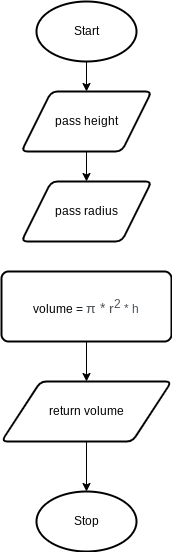
This is design.cylinder.flowchart.png from Yiyun-Qin/ICS3U-Unit5-04-Python, a draw.io export, as it was before one commit. Source tidied: cells renumbered, new cells last; positions are measured from the earlier drawing's top-left corner, leaving out a move shared by most shapes.
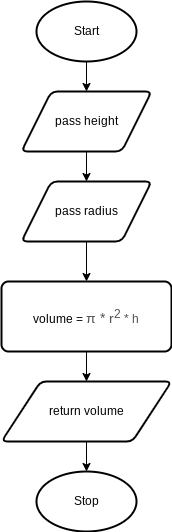
After the commit.

Diff of the diagram source:
```diff
@@ -9,13 +9,13 @@
       <mxGeometry x="35" width="100" height="60" as="geometry" />
     </mxCell>
     <mxCell id="4" value="Stop" style="strokeWidth=2;html=1;shape=mxgraph.flowchart.start_1;whiteSpace=wrap;" parent="1" vertex="1">
-      <mxGeometry x="35" y="490" width="100" height="60" as="geometry" />
+      <mxGeometry x="35" y="470" width="100" height="60" as="geometry" />
     </mxCell>
     <mxCell id="5" style="edgeStyle=none;html=1;exitX=0.5;exitY=1;exitDx=0;exitDy=0;entryX=0.5;entryY=0;entryDx=0;entryDy=0;" parent="1" edge="1" source="6" target="8">
       <mxGeometry relative="1" as="geometry" />
     </mxCell>
     <mxCell id="6" value="volume =&amp;nbsp;&lt;span style=&quot;color: rgb(77 , 81 , 86) ; font-size: 14px ; text-align: left ; background-color: rgb(255 , 255 , 255)&quot;&gt;π * r&lt;sup&gt;2&lt;/sup&gt;&lt;/span&gt;&lt;span style=&quot;color: rgb(77 , 81 , 86) ; text-align: left ; background-color: rgb(255 , 255 , 255) ; font-size: 11.6667px&quot;&gt;&amp;nbsp;* h&lt;/span&gt;" style="rounded=1;whiteSpace=wrap;html=1;absoluteArcSize=1;arcSize=14;strokeWidth=2;" parent="1" vertex="1">
-      <mxGeometry y="270" width="170" height="70" as="geometry" />
+      <mxGeometry y="280" width="170" height="70" as="geometry" />
     </mxCell>
     <mxCell id="7" style="edgeStyle=none;html=1;exitX=0.5;exitY=1;exitDx=0;exitDy=0;entryX=0.5;entryY=0;entryDx=0;entryDy=0;entryPerimeter=0;" parent="1" edge="1" source="8" target="4">
       <mxGeometry relative="1" as="geometry" />
@@ -29,6 +29,9 @@
     <mxCell id="10" value="pass height" style="shape=parallelogram;html=1;strokeWidth=2;perimeter=parallelogramPerimeter;whiteSpace=wrap;rounded=1;arcSize=12;size=0.23;" parent="1" vertex="1">
       <mxGeometry x="20" y="90" width="130" height="60" as="geometry" />
     </mxCell>
+    <mxCell id="12" style="edgeStyle=none;html=1;exitX=0.5;exitY=1;exitDx=0;exitDy=0;entryX=0.5;entryY=0;entryDx=0;entryDy=0;" parent="1" edge="1" source="11" target="6">
+      <mxGeometry relative="1" as="geometry" />
+    </mxCell>
     <mxCell id="11" value="pass radius" style="shape=parallelogram;html=1;strokeWidth=2;perimeter=parallelogramPerimeter;whiteSpace=wrap;rounded=1;arcSize=12;size=0.23;" parent="1" vertex="1">
       <mxGeometry x="20" y="180" width="130" height="60" as="geometry" />
     </mxCell>
```
